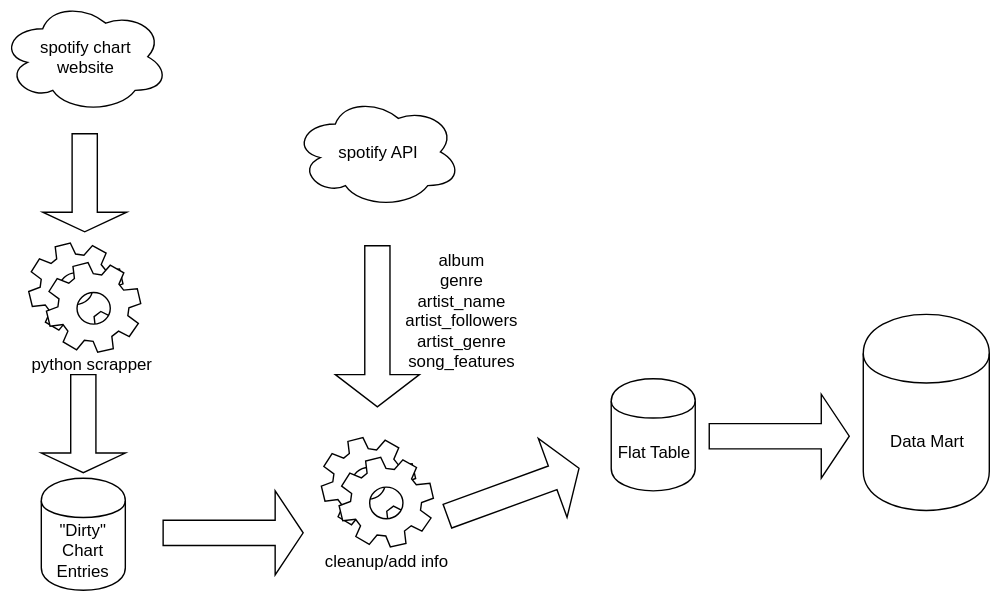
Before: figures/dw_architecture.svg, a diagram exported from draw.io (AlexChanson/DW). Source tidied: cells renumbered, new cells last; positions are measured from the earlier drawing's top-left corner, leaving out a move shared by most shapes. The source it was exported from:
```xml
<mxGraphModel>
  <root>
    <mxCell id="0" />
    <mxCell id="1" parent="0" />
    <mxCell id="2" value="&lt;div&gt;Data Mart&lt;/div&gt;" style="shape=cylinder;whiteSpace=wrap;html=1;boundedLbl=1;backgroundOutline=1;" parent="1" vertex="1">
      <mxGeometry x="616" y="224" width="90" height="140" as="geometry" />
    </mxCell>
    <mxCell id="3" value="&lt;div&gt;&quot;Dirty&quot;&lt;/div&gt;&lt;div&gt;Chart Entries&lt;br&gt;&lt;/div&gt;" style="shape=cylinder;whiteSpace=wrap;html=1;boundedLbl=1;backgroundOutline=1;" parent="1" vertex="1">
      <mxGeometry x="29" y="341" width="60" height="80" as="geometry" />
    </mxCell>
    <mxCell id="4" value="&lt;div&gt;Flat Table&lt;/div&gt;" style="shape=cylinder;whiteSpace=wrap;html=1;boundedLbl=1;backgroundOutline=1;" parent="1" vertex="1">
      <mxGeometry x="436" y="270" width="60" height="80" as="geometry" />
    </mxCell>
    <mxCell id="5" value="&lt;div&gt;spotify chart &lt;br&gt;&lt;/div&gt;&lt;div&gt;website&lt;/div&gt;" style="ellipse;shape=cloud;whiteSpace=wrap;html=1;" parent="1" vertex="1">
      <mxGeometry width="120" height="80" as="geometry" />
    </mxCell>
    <mxCell id="6" value="spotify API" style="ellipse;shape=cloud;whiteSpace=wrap;html=1;" parent="1" vertex="1">
      <mxGeometry x="209" y="68" width="120" height="80" as="geometry" />
    </mxCell>
    <mxCell id="7" style="edgeStyle=orthogonalEdgeStyle;rounded=0;html=1;exitX=0.5;exitY=1;jettySize=auto;orthogonalLoop=1;" parent="1" edge="1">
      <mxGeometry relative="1" as="geometry">
        <mxPoint x="60" y="236" as="sourcePoint" />
        <mxPoint x="60" y="236" as="targetPoint" />
      </mxGeometry>
    </mxCell>
    <mxCell id="8" style="shape=singleArrow;whiteSpace=wrap;html=1;" parent="1" vertex="1">
      <mxGeometry x="506" y="281" width="100" height="60" as="geometry" />
    </mxCell>
    <mxCell id="9" style="shape=singleArrow;whiteSpace=wrap;html=1;rotation=-20;" parent="1" vertex="1">
      <mxGeometry x="316" y="321" width="100" height="60" as="geometry" />
    </mxCell>
    <mxCell id="10" style="shape=singleArrow;whiteSpace=wrap;html=1;" parent="1" vertex="1">
      <mxGeometry x="116" y="350" width="100" height="60" as="geometry" />
    </mxCell>
    <mxCell id="11" style="shape=singleArrow;direction=south;whiteSpace=wrap;html=1;" parent="1" vertex="1">
      <mxGeometry x="30" y="95" width="60" height="70" as="geometry" />
    </mxCell>
    <mxCell id="12" style="shape=singleArrow;direction=south;whiteSpace=wrap;html=1;" parent="1" vertex="1">
      <mxGeometry x="29" y="267" width="60" height="70" as="geometry" />
    </mxCell>
    <mxCell id="13" value="&lt;div&gt;album&lt;/div&gt;&lt;div&gt;genre&lt;/div&gt;&lt;div&gt;artist_name&lt;br&gt;&lt;/div&gt;&lt;div&gt;artist_followers&lt;br&gt;&lt;/div&gt;&lt;div&gt;artist_genre&lt;br&gt;&lt;/div&gt;&lt;div&gt;song_features&lt;br&gt;&lt;/div&gt;" style="text;html=1;strokeColor=none;fillColor=none;align=center;verticalAlign=middle;whiteSpace=wrap;rounded=0;" parent="1" vertex="1">
      <mxGeometry x="309" y="175" width="40" height="92" as="geometry" />
    </mxCell>
    <mxCell id="14" style="shape=singleArrow;direction=south;whiteSpace=wrap;html=1;" parent="1" vertex="1">
      <mxGeometry x="239" y="175" width="60" height="115" as="geometry" />
    </mxCell>
    <mxCell id="15" style="shape=mxgraph.bpmn.service_task;html=1;" parent="1" vertex="1">
      <mxGeometry x="20" y="173" width="80" height="78" as="geometry" />
    </mxCell>
    <mxCell id="16" value="python scrapper" style="text;html=1;strokeColor=none;fillColor=none;align=center;verticalAlign=middle;whiteSpace=wrap;rounded=0;" parent="1" vertex="1">
      <mxGeometry x="6" y="249" width="117" height="20" as="geometry" />
    </mxCell>
    <mxCell id="17" style="shape=mxgraph.bpmn.service_task;html=1;" parent="1" vertex="1">
      <mxGeometry x="229" y="312" width="80" height="78" as="geometry" />
    </mxCell>
    <mxCell id="18" value="cleanup/add info" style="text;html=1;strokeColor=none;fillColor=none;align=center;verticalAlign=middle;whiteSpace=wrap;rounded=0;" parent="1" vertex="1">
      <mxGeometry x="222" y="390" width="107" height="20" as="geometry" />
    </mxCell>
  </root>
</mxGraphModel>
```
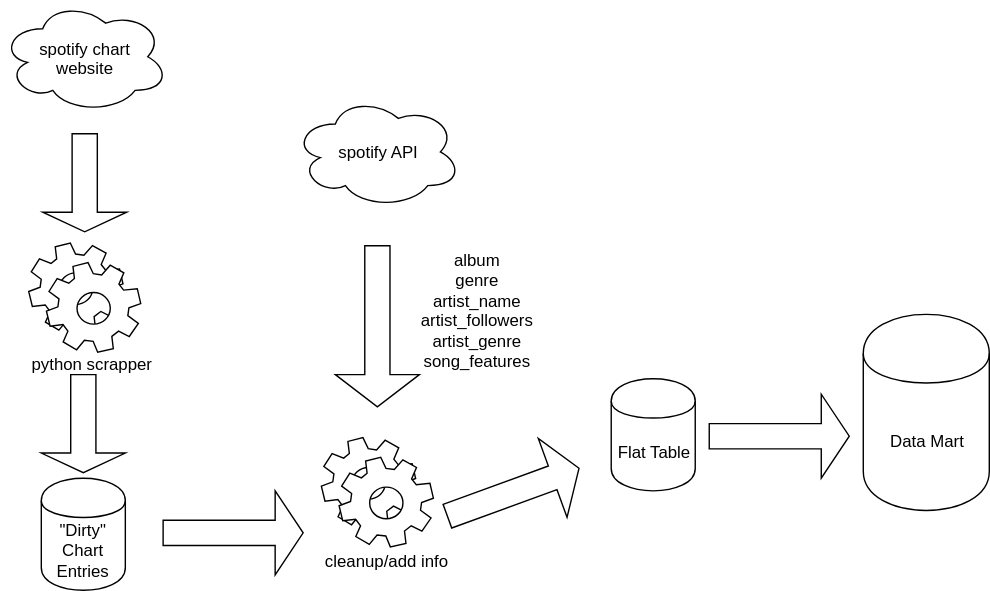
After the commit.

Diff of the diagram source:
```diff
@@ -11,7 +11,7 @@
     <mxCell id="4" value="&lt;div&gt;Flat Table&lt;/div&gt;" style="shape=cylinder;whiteSpace=wrap;html=1;boundedLbl=1;backgroundOutline=1;" parent="1" vertex="1">
       <mxGeometry x="436" y="270" width="60" height="80" as="geometry" />
     </mxCell>
-    <mxCell id="5" value="&lt;div&gt;spotify chart &lt;br&gt;&lt;/div&gt;&lt;div&gt;website&lt;/div&gt;" style="ellipse;shape=cloud;whiteSpace=wrap;html=1;" parent="1" vertex="1">
+    <mxCell id="5" style="ellipse;shape=cloud;whiteSpace=wrap;html=1;" parent="1" vertex="1">
       <mxGeometry width="120" height="80" as="geometry" />
     </mxCell>
     <mxCell id="6" value="spotify API" style="ellipse;shape=cloud;whiteSpace=wrap;html=1;" parent="1" vertex="1">
@@ -39,7 +39,7 @@
       <mxGeometry x="29" y="267" width="60" height="70" as="geometry" />
     </mxCell>
     <mxCell id="13" value="&lt;div&gt;album&lt;/div&gt;&lt;div&gt;genre&lt;/div&gt;&lt;div&gt;artist_name&lt;br&gt;&lt;/div&gt;&lt;div&gt;artist_followers&lt;br&gt;&lt;/div&gt;&lt;div&gt;artist_genre&lt;br&gt;&lt;/div&gt;&lt;div&gt;song_features&lt;br&gt;&lt;/div&gt;" style="text;html=1;strokeColor=none;fillColor=none;align=center;verticalAlign=middle;whiteSpace=wrap;rounded=0;" parent="1" vertex="1">
-      <mxGeometry x="309" y="175" width="40" height="92" as="geometry" />
+      <mxGeometry x="286" y="175" width="107" height="92" as="geometry" />
     </mxCell>
     <mxCell id="14" style="shape=singleArrow;direction=south;whiteSpace=wrap;html=1;" parent="1" vertex="1">
       <mxGeometry x="239" y="175" width="60" height="115" as="geometry" />
@@ -56,5 +56,8 @@
     <mxCell id="18" value="cleanup/add info" style="text;html=1;strokeColor=none;fillColor=none;align=center;verticalAlign=middle;whiteSpace=wrap;rounded=0;" parent="1" vertex="1">
       <mxGeometry x="222" y="390" width="107" height="20" as="geometry" />
     </mxCell>
+    <mxCell id="19" value="&lt;div align=&quot;center&quot;&gt;spotify chart&lt;/div&gt;&lt;div align=&quot;center&quot;&gt; website&lt;/div&gt;" style="text;html=1;" parent="1" vertex="1">
+      <mxGeometry x="26" y="21" width="92" height="50" as="geometry" />
+    </mxCell>
   </root>
 </mxGraphModel>
```
